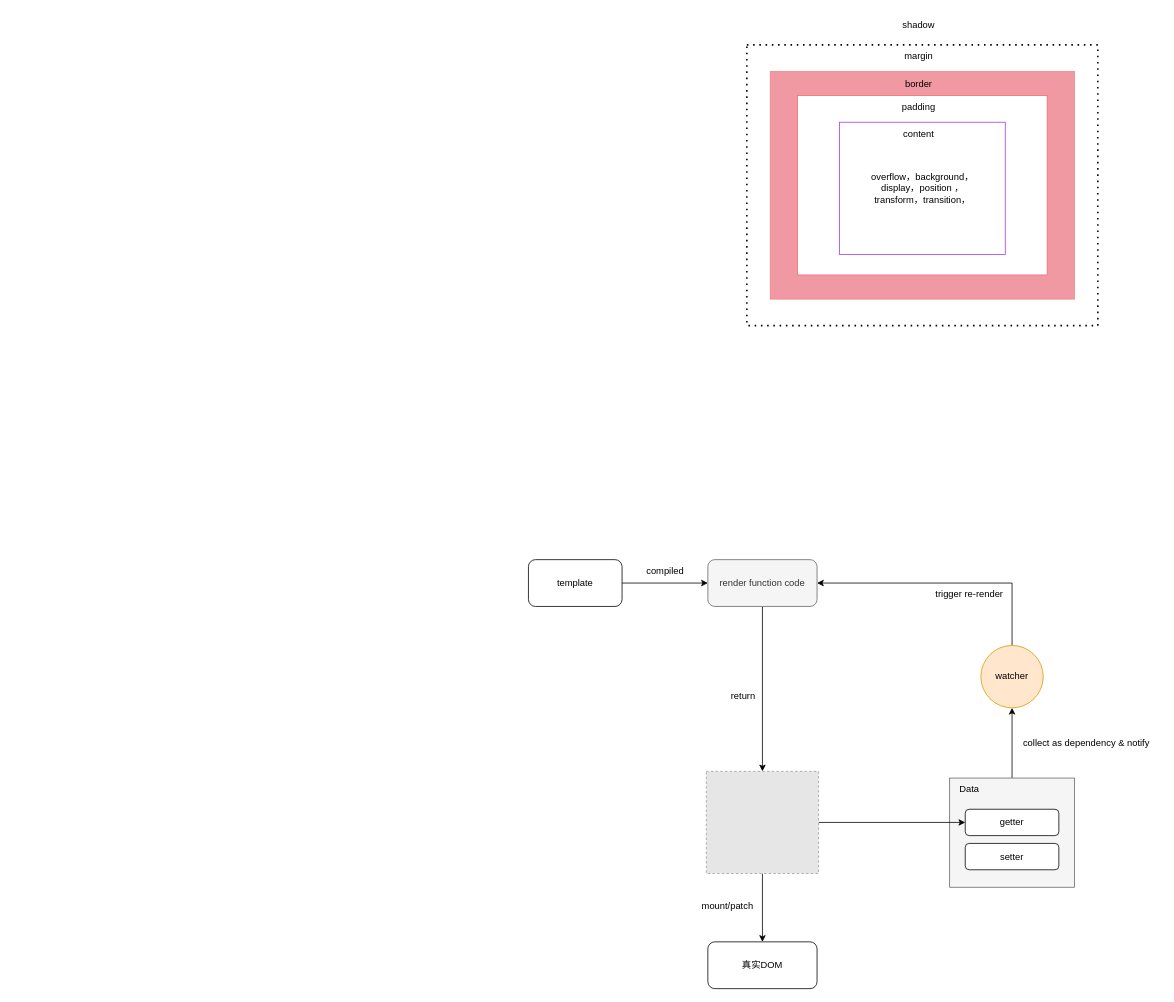
tearsmoon/drawio keeps this draw.io diagram as front_end.drawio. Above is the earlier version. Source tidied: cells renumbered, new cells numbered last; positions are measured from the earlier drawing's top-left corner, leaving out a move shared by most shapes. Both pictures are drawn from the tidied source at 78%, with x=0, y=0 at pixel (528, 13). Pictures stored in the file or linked from it are replaced by grey dashed boxes.
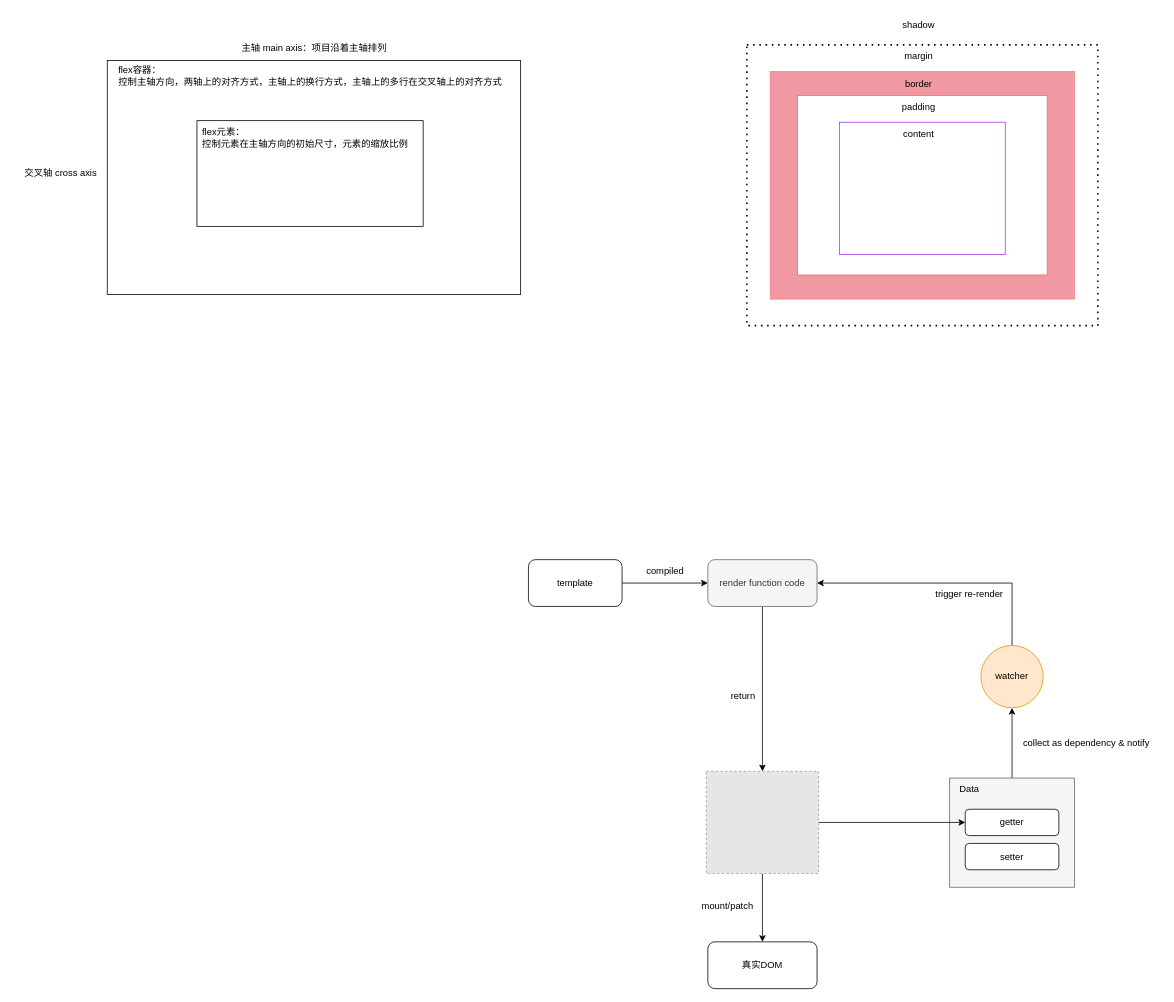
The same page after the edit.

Change to the diagram source:
```diff
@@
-    <mxCell id="27" value="overflow，background，&lt;br style=&quot;border-color: var(--border-color);&quot;&gt;display，position ，&lt;br style=&quot;border-color: var(--border-color);&quot;&gt;transform，transition，" style="rounded=0;whiteSpace=wrap;html=1;strokeColor=#a039f3;" parent="1" vertex="1">
+    <mxCell id="27" style="rounded=0;whiteSpace=wrap;html=1;strokeColor=#a039f3;" parent="1" vertex="1">
       <mxGeometry x="398.8" y="139.2" width="212.5" height="169.5" as="geometry" />
     </mxCell>
@@
+    <mxCell id="31" style="rounded=0;whiteSpace=wrap;html=1;" parent="1" vertex="1">
+      <mxGeometry x="-540" y="60" width="530" height="300" as="geometry" />
+    </mxCell>
+    <mxCell id="32" value="主轴 main axis：项目沿着主轴排列" style="text;html=1;align=center;verticalAlign=middle;strokeColor=none;fillColor=none;" parent="1" vertex="1">
+      <mxGeometry x="-380" y="30" width="210" height="30" as="geometry" />
+    </mxCell>
+    <mxCell id="33" value="交叉轴 cross axis" style="text;html=1;align=center;verticalAlign=middle;strokeColor=none;fillColor=none;" parent="1" vertex="1">
+      <mxGeometry x="-660" y="190" width="120" height="30" as="geometry" />
+    </mxCell>
+    <mxCell id="34" style="rounded=0;whiteSpace=wrap;html=1;align=center;" parent="1" vertex="1">
+      <mxGeometry x="-425" y="137.2" width="290" height="135.5" as="geometry" />
+    </mxCell>
+    <mxCell id="35" value="&lt;div style=&quot;text-align: left;&quot;&gt;&lt;span style=&quot;background-color: initial;&quot;&gt;flex容器：&lt;/span&gt;&lt;/div&gt;控制主轴方向，两轴上的对齐方式，主轴上的换行方式，主轴上的多行在交叉轴上的对齐方式" style="text;html=1;align=center;verticalAlign=middle;strokeColor=none;fillColor=none;" parent="1" vertex="1">
+      <mxGeometry x="-540" y="60" width="520" height="40" as="geometry" />
+    </mxCell>
+    <mxCell id="36" value="&lt;div&gt;flex元素：&lt;/div&gt;&lt;div&gt;控制元素在主轴方向的初始尺寸，元素的缩放比例&lt;/div&gt;" style="text;html=1;align=left;verticalAlign=middle;strokeColor=none;fillColor=none;" parent="1" vertex="1">
+      <mxGeometry x="-420" y="139.2" width="290" height="40" as="geometry" />
+    </mxCell>
```
